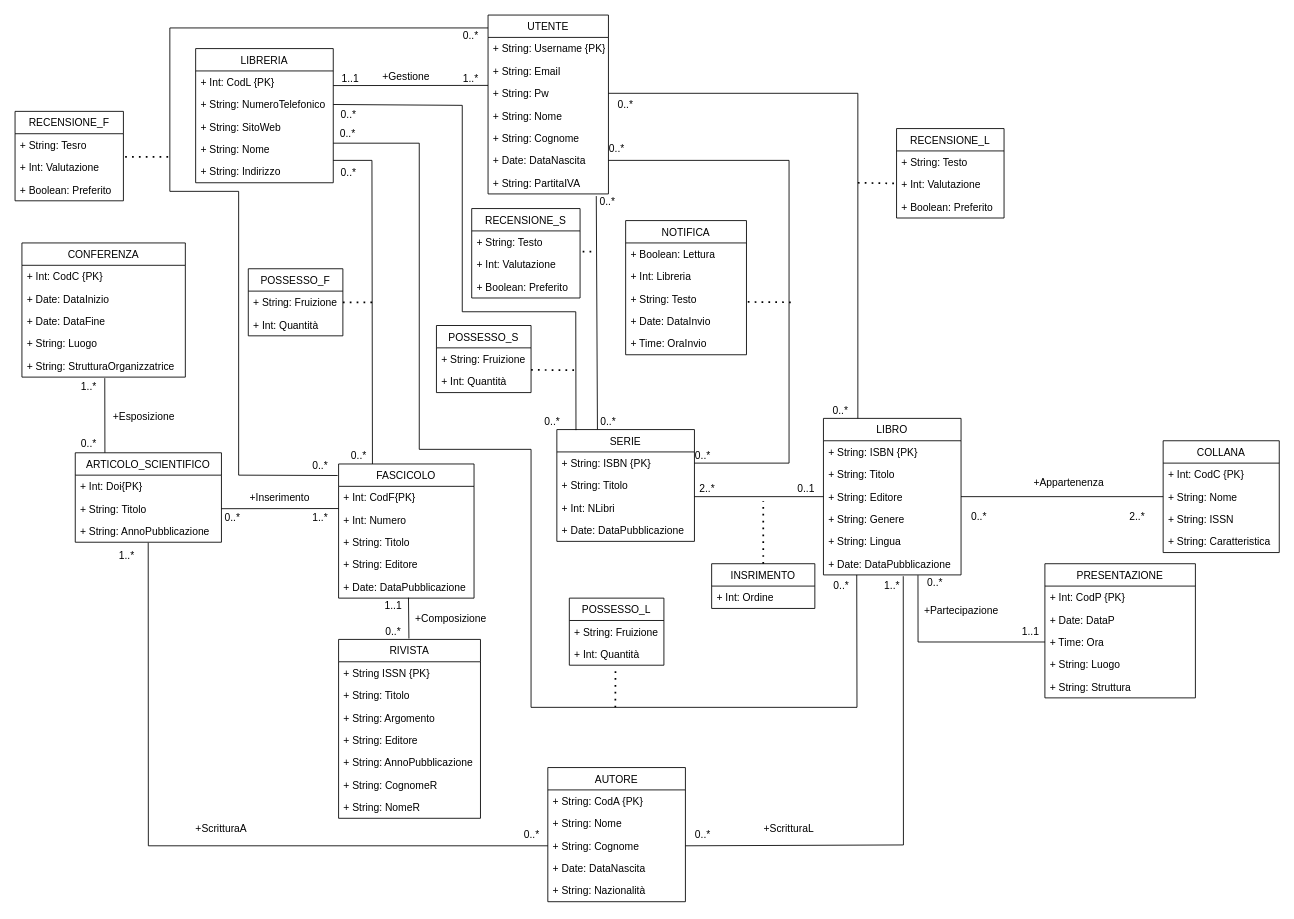
Giovk/Sistema-di-una-Bibleoteca-Digitale keeps this draw.io diagram as page "Pagina-1" (1 of 2) of DiagrammaUML(ristrutturato).drawio. Above is the earlier version. Source tidied: cells renumbered, new cells numbered last; positions are measured from the earlier drawing's top-left corner, leaving out a move shared by most shapes. Both pictures are drawn from the tidied source at 86%, with x=0, y=0 at pixel (15, 15).
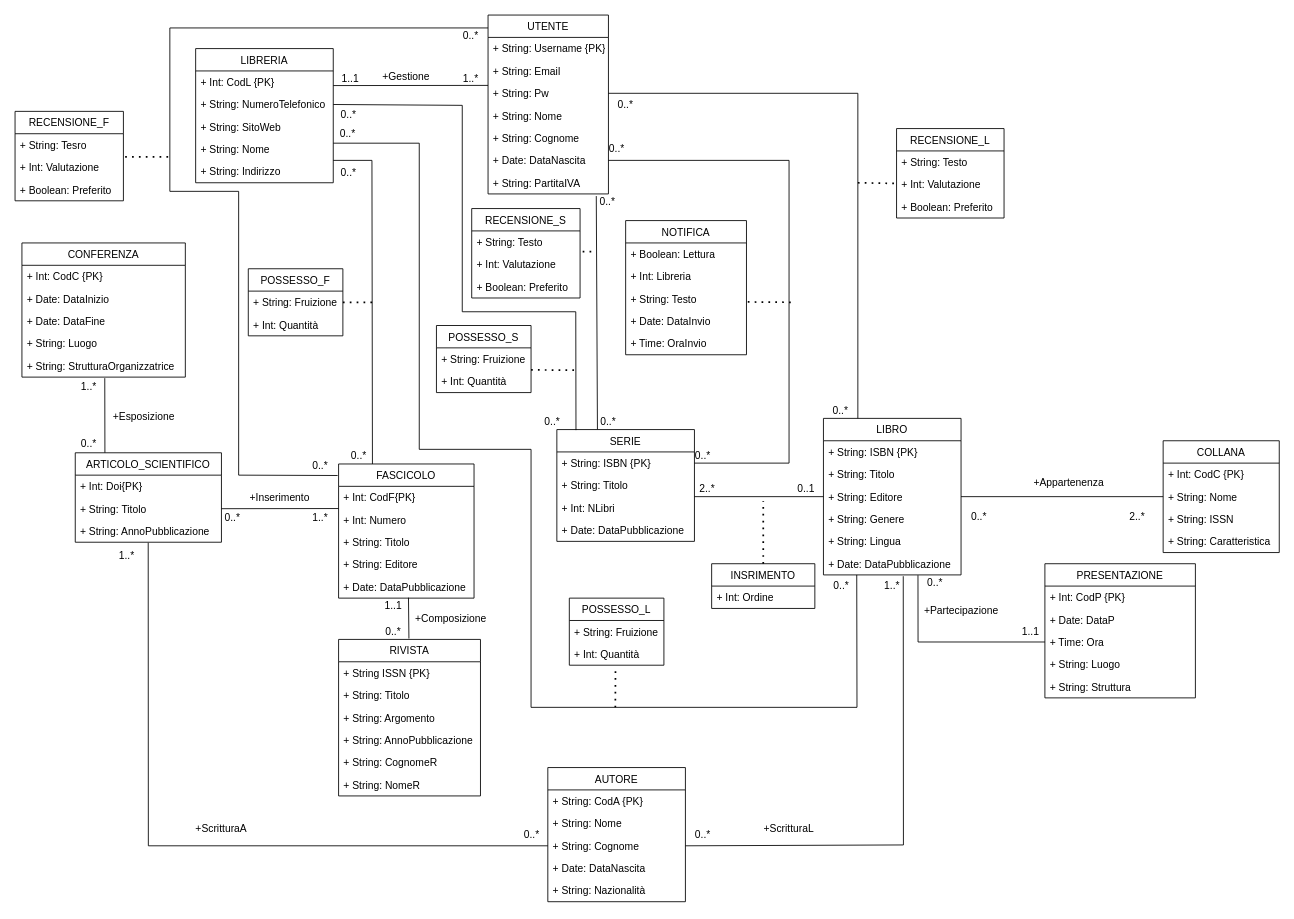
After the change.

Diff of the diagram source:
```diff
@@
     <mxCell id="20" value="RIVISTA" style="swimlane;fontStyle=0;horizontal=1;startSize=26;fillColor=none;" parent="1" vertex="1">
-      <mxGeometry x="376.2" y="726" width="165" height="208" as="geometry" />
+      <mxGeometry x="376.2" y="726" width="165" height="182" as="geometry" />
     </mxCell>
@@
-    <mxCell id="24" value="+ String: Editore" style="text;strokeColor=none;fillColor=none;align=left;verticalAlign=top;spacingLeft=4;spacingRight=4;overflow=hidden;" parent="20" vertex="1">
-      <mxGeometry y="104" width="165" height="26" as="geometry" />
-    </mxCell>
     <mxCell id="25" value="+ String: AnnoPubblicazione" style="text;strokeColor=none;fillColor=none;align=left;verticalAlign=top;spacingLeft=4;spacingRight=4;overflow=hidden;" parent="20" vertex="1">
-      <mxGeometry y="130" width="165" height="26" as="geometry" />
+      <mxGeometry y="104" width="165" height="26" as="geometry" />
     </mxCell>
     <mxCell id="26" value="+ String: CognomeR" style="text;strokeColor=none;fillColor=none;align=left;verticalAlign=top;spacingLeft=4;spacingRight=4;overflow=hidden;" parent="20" vertex="1">
-      <mxGeometry y="156" width="165" height="26" as="geometry" />
+      <mxGeometry y="130" width="165" height="26" as="geometry" />
     </mxCell>
     <mxCell id="27" value="+ String: NomeR" style="text;strokeColor=none;fillColor=none;align=left;verticalAlign=top;spacingLeft=4;spacingRight=4;overflow=hidden;" parent="20" vertex="1">
-      <mxGeometry y="182" width="165" height="26" as="geometry" />
+      <mxGeometry y="156" width="165" height="26" as="geometry" />
     </mxCell>
```
